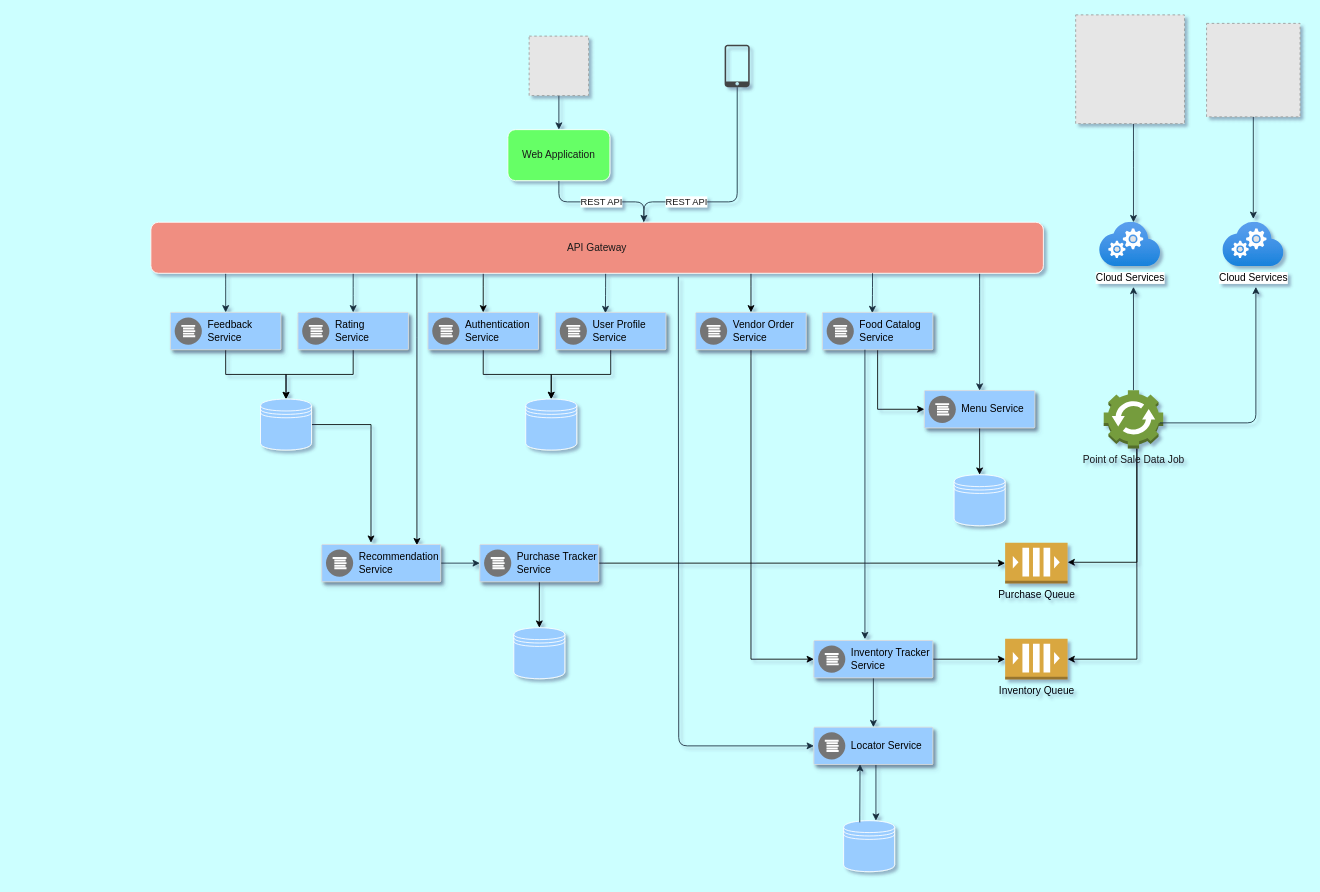
fridgebenefits/katas keeps this draw.io diagram as page "Topology 2" (3 of 3) of Interaction-Diagram.drawio. Above is the earlier version. Source tidied: cells renumbered, new cells numbered last; positions are measured from the earlier drawing's top-left corner, leaving out a move shared by most shapes. Both pictures are drawn from the tidied source at 85%, with x=0, y=0 at pixel (150, 14). Pictures stored in the file or linked from it are replaced by grey dashed boxes.
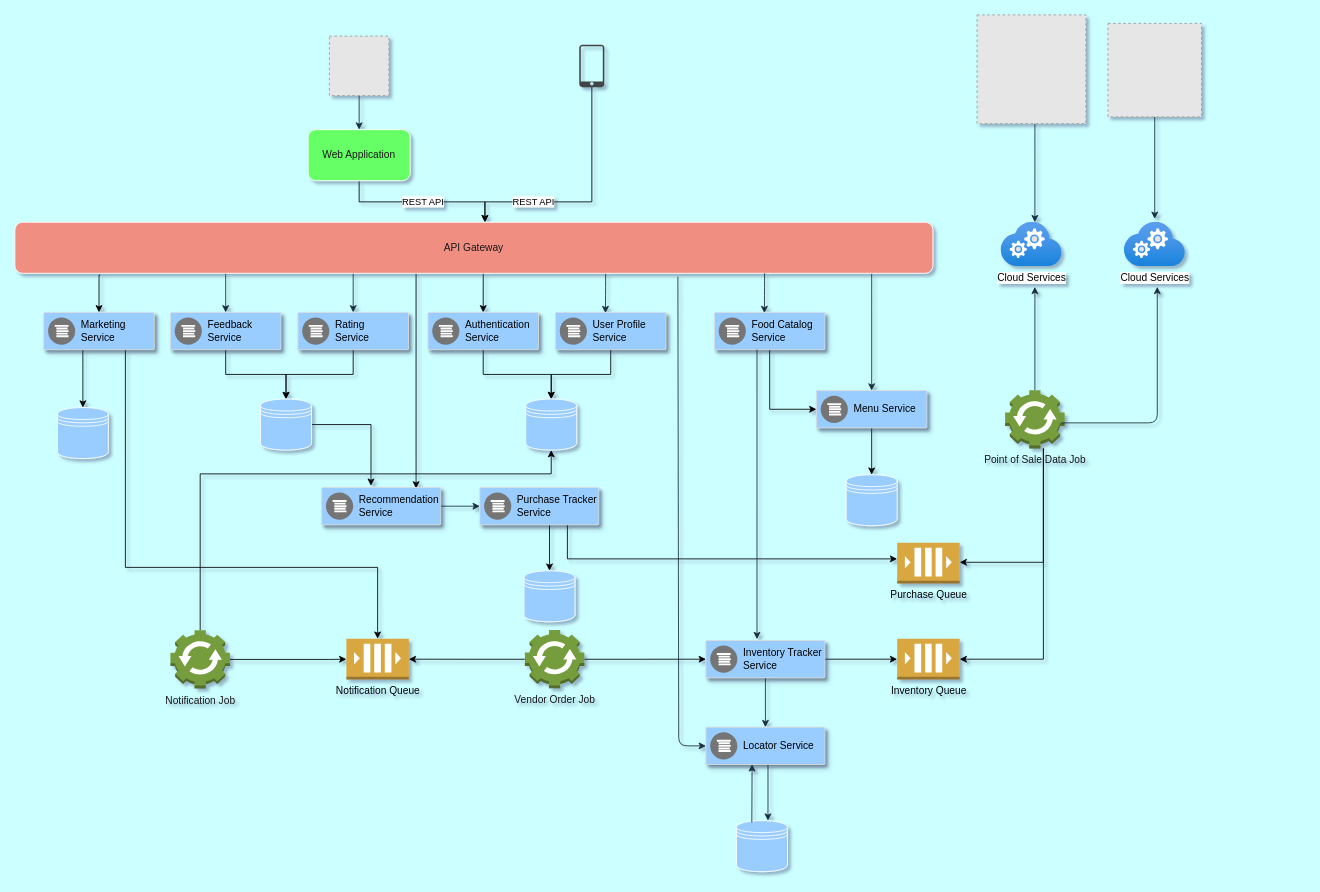
Above is the later version.

The change refers to these unchanged cells:
```xml
<mxCell id="44" style="shape=datastore;whiteSpace=wrap;html=1;rounded=0;strokeColor=#FFFFFF;fillColor=#99CCFF;fontColor=#1A1A1A;" parent="1" vertex="1">
  <mxGeometry x="441" y="452" width="60" height="60" as="geometry" />
</mxCell>
```

The edit, as a diff of the source:
```diff
@@
     <mxCell id="3" style="fillColor=#E6E6E6;strokeColor=#999999;dashed=1;html=1;verticalAlign=top;verticalLabelPosition=bottom;labelBackgroundColor=#ffffff;fontColor=#1A1A1A;" parent="1" vertex="1">
-      <mxGeometry x="445" y="25" width="70" height="70" as="geometry" />
+      <mxGeometry x="210" y="25" width="70" height="70" as="geometry" />
     </mxCell>
-    <mxCell id="4" value="REST API" style="edgeStyle=orthogonalEdgeStyle;curved=0;rounded=1;jettySize=auto;html=1;strokeColor=#182E3E;fontColor=#1A1A1A;entryX=0.553;entryY=-0.02;entryDx=0;entryDy=0;entryPerimeter=0;" parent="1" edge="1" source="5" target="15">
-      <mxGeometry x="0.44" relative="1" as="geometry">
+    <mxCell id="4" value="REST API" style="edgeStyle=orthogonalEdgeStyle;rounded=0;jettySize=auto;html=1;entryX=0.512;entryY=0;entryDx=0;entryDy=0;entryPerimeter=0;" parent="1" edge="1" source="5" target="15">
+      <mxGeometry x="0.43" relative="1" as="geometry">
         <Array as="points">
-          <mxPoint x="690" y="220" />
-          <mxPoint x="580" y="220" />
-          <mxPoint x="580" y="244" />
+          <mxPoint x="519" y="220" />
+          <mxPoint x="393" y="220" />
         </Array>
       </mxGeometry>
     </mxCell>
     <mxCell id="5" style="shadow=0;dashed=0;html=1;strokeColor=none;fillColor=#434445;labelPosition=center;verticalLabelPosition=bottom;verticalAlign=top;align=center;outlineConnect=0;shape=mxgraph.vvd.phone;rounded=0;fontColor=#1A1A1A;" parent="1" vertex="1">
-      <mxGeometry x="675" y="35" width="29.5" height="50" as="geometry" />
+      <mxGeometry x="504" y="35" width="29.5" height="50" as="geometry" />
     </mxCell>
-    <mxCell id="6" value="REST API" style="edgeStyle=orthogonalEdgeStyle;curved=0;rounded=1;jettySize=auto;html=1;strokeColor=#182E3E;fontColor=#1A1A1A;" parent="1" edge="1" source="7" target="15">
-      <mxGeometry relative="1" as="geometry">
-        <Array as="points">
-          <mxPoint x="480" y="220" />
-          <mxPoint x="580" y="220" />
-        </Array>
-      </mxGeometry>
-    </mxCell>
+    <mxCell id="74" value="REST API" style="edgeStyle=orthogonalEdgeStyle;rounded=0;orthogonalLoop=1;jettySize=auto;html=1;entryX=0.512;entryY=-0.017;entryDx=0;entryDy=0;entryPerimeter=0;" parent="1" edge="1">
+      <mxGeometry x="0.01" relative="1" as="geometry">
+        <mxPoint x="245" y="196" as="sourcePoint" />
+        <mxPoint x="393" y="244" as="targetPoint" />
+        <Array as="points">
+          <mxPoint x="245" y="220" />
+          <mxPoint x="393" y="220" />
+        </Array>
+      </mxGeometry>
+    </mxCell>
     <mxCell id="7" value="Web Application" style="rounded=1;whiteSpace=wrap;html=1;strokeColor=#FFFFFF;fontColor=#1A1A1A;fillColor=#66FF66;" parent="1" vertex="1">
-      <mxGeometry x="420" y="135" width="120" height="60" as="geometry" />
+      <mxGeometry x="185" y="135" width="120" height="60" as="geometry" />
     </mxCell>
@@
-    <mxCell id="9" style="edgeStyle=orthogonalEdgeStyle;curved=0;rounded=1;jettySize=auto;html=1;strokeColor=#182E3E;fontColor=#1A1A1A;entryX=0.5;entryY=0;entryDx=0;entryDy=0;" parent="1" edge="1" source="15" target="30">
+    <mxCell id="9" style="edgeStyle=orthogonalEdgeStyle;curved=0;rounded=1;jettySize=auto;html=1;strokeColor=#182E3E;fontColor=#1A1A1A;entryX=0.5;entryY=0;entryDx=0;entryDy=0;" parent="1" edge="1" target="30">
       <mxGeometry relative="1" as="geometry">
+        <mxPoint x="848" y="304" as="sourcePoint" />
         <Array as="points">
-          <mxPoint x="975" y="330" />
-          <mxPoint x="975" y="330" />
+          <mxPoint x="848" y="330" />
+          <mxPoint x="848" y="330" />
         </Array>
       </mxGeometry>
     </mxCell>
@@
-    <mxCell id="12" style="edgeStyle=orthogonalEdgeStyle;rounded=0;orthogonalLoop=1;jettySize=auto;html=1;" parent="1" edge="1">
-      <mxGeometry relative="1" as="geometry">
-        <mxPoint x="313" y="304" as="sourcePoint" />
-        <mxPoint x="313" y="624" as="targetPoint" />
-        <Array as="points">
-          <mxPoint x="313" y="380" />
-          <mxPoint x="313" y="380" />
-        </Array>
-      </mxGeometry>
-    </mxCell>
@@
-    <mxCell id="14" style="edgeStyle=orthogonalEdgeStyle;rounded=0;jettySize=auto;html=1;" parent="1" edge="1" source="15" target="72">
-      <mxGeometry relative="1" as="geometry">
-        <Array as="points">
-          <mxPoint x="706" y="320" />
-          <mxPoint x="706" y="320" />
-        </Array>
-      </mxGeometry>
-    </mxCell>
+    <mxCell id="75" style="edgeStyle=orthogonalEdgeStyle;rounded=0;jettySize=auto;html=1;entryX=0.793;entryY=0.027;entryDx=0;entryDy=0;entryPerimeter=0;" parent="1" edge="1" source="15" target="66">
+      <mxGeometry relative="1" as="geometry">
+        <Array as="points">
+          <mxPoint x="312" y="370" />
+          <mxPoint x="312" y="370" />
+        </Array>
+      </mxGeometry>
+    </mxCell>
+    <mxCell id="76" style="edgeStyle=orthogonalEdgeStyle;rounded=0;jettySize=auto;html=1;entryX=0.5;entryY=0;entryDx=0;entryDy=0;exitX=0.093;exitY=1.033;exitDx=0;exitDy=0;exitPerimeter=0;" parent="1" edge="1" source="15" target="79">
+      <mxGeometry relative="1" as="geometry">
+        <Array as="points">
+          <mxPoint x="-61" y="310" />
+          <mxPoint x="-61" y="310" />
+        </Array>
+      </mxGeometry>
+    </mxCell>
     <mxCell id="15" value="API Gateway" style="rounded=1;whiteSpace=wrap;html=1;strokeColor=#FFFFFF;fillColor=#F08E81;fontColor=#1A1A1A;" parent="1" vertex="1">
-      <mxGeometry y="244" width="1050" height="60" as="geometry" />
+      <mxGeometry x="-160" y="244" width="1080" height="60" as="geometry" />
     </mxCell>
@@
     <mxCell id="22" style="edgeStyle=orthogonalEdgeStyle;curved=0;rounded=1;jettySize=auto;html=1;strokeColor=#182E3E;fontColor=#1A1A1A;entryX=0.452;entryY=0.02;entryDx=0;entryDy=0;entryPerimeter=0;" parent="1" edge="1" target="24">
       <mxGeometry relative="1" as="geometry">
-        <mxPoint x="849" y="304" as="sourcePoint" />
+        <mxPoint x="722" y="304" as="sourcePoint" />
         <Array as="points">
-          <mxPoint x="849" y="320" />
-          <mxPoint x="849" y="320" />
+          <mxPoint x="722" y="320" />
+          <mxPoint x="722" y="320" />
         </Array>
       </mxGeometry>
     </mxCell>
@@
     <mxCell id="24" style="strokeColor=#dddddd;shadow=1;strokeWidth=1;rounded=1;absoluteArcSize=1;arcSize=2;fontColor=#1A1A1A;fillColor=#99CCFF;" parent="1" vertex="1">
-      <mxGeometry x="790" y="350" width="130" height="44" as="geometry" />
+      <mxGeometry x="663" y="350" width="130" height="44" as="geometry" />
     </mxCell>
@@
     <mxCell id="26" style="edgeStyle=orthogonalEdgeStyle;curved=0;rounded=1;jettySize=auto;html=1;strokeColor=#182E3E;fontColor=#1A1A1A;" parent="1" edge="1" source="27" target="28">
       <mxGeometry relative="1" as="geometry">
         <Array as="points">
-          <mxPoint x="1156" y="170" />
-          <mxPoint x="1156" y="170" />
+          <mxPoint x="1040" y="170" />
+          <mxPoint x="1040" y="170" />
         </Array>
       </mxGeometry>
     </mxCell>
     <mxCell id="27" style="fillColor=#E6E6E6;strokeColor=#999999;dashed=1;html=1;verticalAlign=top;verticalLabelPosition=bottom;labelBackgroundColor=#ffffff;fontColor=#1A1A1A;" parent="1" vertex="1">
-      <mxGeometry x="1088" width="128" height="128" as="geometry" />
+      <mxGeometry x="972" width="128" height="128" as="geometry" />
     </mxCell>
     <mxCell id="28" value="Cloud Services" style="html=1;points=[];align=center;image;fontSize=12;image=img/lib/azure2/compute/Cloud_Services_Classic.svg;rounded=0;strokeColor=#FFFFFF;fillColor=#99CCFF;" parent="1" vertex="1">
-      <mxGeometry x="1116" y="244" width="72" height="52" as="geometry" />
+      <mxGeometry x="1000" y="244" width="72" height="52" as="geometry" />
     </mxCell>
@@
     <mxCell id="30" style="strokeColor=#dddddd;shadow=1;strokeWidth=1;rounded=1;absoluteArcSize=1;arcSize=2;fontColor=#1A1A1A;fillColor=#99CCFF;" parent="1" vertex="1">
-      <mxGeometry x="910" y="442" width="130" height="44" as="geometry" />
+      <mxGeometry x="783" y="442" width="130" height="44" as="geometry" />
     </mxCell>
@@
     <mxCell id="32" style="fillColor=#E6E6E6;strokeColor=#999999;dashed=1;html=1;verticalAlign=top;verticalLabelPosition=bottom;labelBackgroundColor=#ffffff;fontColor=#1A1A1A;" parent="1" vertex="1">
-      <mxGeometry x="1242" y="10" width="110" height="110" as="geometry" />
+      <mxGeometry x="1126" y="10" width="110" height="110" as="geometry" />
     </mxCell>
     <mxCell id="33" value="Cloud Services" style="html=1;align=center;image;fontSize=12;image=img/lib/azure2/compute/Cloud_Services_Classic.svg;rounded=0;strokeColor=#FFFFFF;fillColor=#99CCFF;" parent="1" vertex="1">
-      <mxGeometry x="1261" y="244" width="72" height="52" as="geometry" />
+      <mxGeometry x="1145" y="244" width="72" height="52" as="geometry" />
     </mxCell>
     <mxCell id="34" style="endArrow=classic;html=1;strokeColor=#182E3E;fontColor=#1A1A1A;exitX=0.5;exitY=1;exitDx=0;exitDy=0;" parent="1" edge="1">
       <mxGeometry relative="1" as="geometry">
-        <mxPoint x="1297" y="120" as="sourcePoint" />
-        <mxPoint x="1297" y="240" as="targetPoint" />
+        <mxPoint x="1181" y="120" as="sourcePoint" />
+        <mxPoint x="1181" y="240" as="targetPoint" />
       </mxGeometry>
     </mxCell>
     <mxCell id="35" style="edgeStyle=orthogonalEdgeStyle;rounded=0;jettySize=auto;html=1;entryX=1;entryY=0.5;entryDx=0;entryDy=0;entryPerimeter=0;" parent="1" edge="1" source="37" target="68">
       <mxGeometry relative="1" as="geometry">
         <Array as="points">
-          <mxPoint x="1160" y="758" />
+          <mxPoint x="1050" y="758" />
         </Array>
       </mxGeometry>
     </mxCell>
     <mxCell id="36" style="edgeStyle=orthogonalEdgeStyle;rounded=0;jettySize=auto;html=1;" parent="1" edge="1" source="37" target="69">
       <mxGeometry relative="1" as="geometry">
         <Array as="points">
-          <mxPoint x="1160" y="644" />
+          <mxPoint x="1050" y="644" />
         </Array>
       </mxGeometry>
     </mxCell>
     <mxCell id="37" value="Point of Sale Data Job" style="outlineConnect=0;dashed=0;verticalLabelPosition=bottom;verticalAlign=top;align=center;html=1;shape=mxgraph.aws3.automation;fillColor=#759C3E;gradientColor=none;rounded=0;strokeColor=#FFFFFF;fontColor=#1A1A1A;" parent="1" vertex="1">
-      <mxGeometry x="1121" y="441.5" width="70" height="68.5" as="geometry" />
+      <mxGeometry x="1005" y="441.5" width="70" height="68.5" as="geometry" />
     </mxCell>
     <mxCell id="38" style="endArrow=classic;html=1;strokeColor=#182E3E;fontColor=#1A1A1A;" parent="1" edge="1">
       <mxGeometry relative="1" as="geometry">
-        <mxPoint x="1187" y="480" as="sourcePoint" />
-        <mxPoint x="1300" y="320" as="targetPoint" />
+        <mxPoint x="1071" y="480" as="sourcePoint" />
+        <mxPoint x="1184" y="320" as="targetPoint" />
         <Array as="points">
-          <mxPoint x="1300" y="480" />
+          <mxPoint x="1184" y="480" />
         </Array>
       </mxGeometry>
     </mxCell>
     <mxCell id="39" style="shape=datastore;whiteSpace=wrap;html=1;rounded=0;strokeColor=#FFFFFF;fillColor=#99CCFF;fontColor=#1A1A1A;" parent="1" vertex="1">
-      <mxGeometry x="945" y="541" width="60" height="60" as="geometry" />
+      <mxGeometry x="818" y="541" width="60" height="60" as="geometry" />
     </mxCell>
@@
     <mxCell id="42" style="strokeColor=#dddddd;shadow=1;strokeWidth=1;rounded=1;absoluteArcSize=1;arcSize=2;fontColor=#1A1A1A;fillColor=#99CCFF;" parent="1" vertex="1">
-      <mxGeometry x="780" y="736" width="140" height="44" as="geometry" />
+      <mxGeometry x="653" y="736" width="140" height="44" as="geometry" />
     </mxCell>
@@
     <mxCell id="45" style="endArrow=classic;html=1;strokeColor=#182E3E;fontColor=#1A1A1A;exitX=0.5;exitY=0;exitDx=0;exitDy=0;exitPerimeter=0;" parent="1" edge="1" source="37">
       <mxGeometry relative="1" as="geometry">
-        <mxPoint x="1156" y="320" as="targetPoint" />
+        <mxPoint x="1040" y="320" as="targetPoint" />
       </mxGeometry>
     </mxCell>
     <mxCell id="46" style="edgeStyle=orthogonalEdgeStyle;curved=0;rounded=1;orthogonalLoop=1;jettySize=auto;html=1;strokeColor=#182E3E;fontColor=#1A1A1A;" parent="1" edge="1">
       <mxGeometry relative="1" as="geometry">
-        <mxPoint x="853" y="882" as="sourcePoint" />
-        <mxPoint x="853" y="948" as="targetPoint" />
+        <mxPoint x="726" y="882" as="sourcePoint" />
+        <mxPoint x="726" y="948" as="targetPoint" />
       </mxGeometry>
     </mxCell>
     <mxCell id="47" style="strokeColor=#dddddd;shadow=1;strokeWidth=1;rounded=1;absoluteArcSize=1;arcSize=2;fontColor=#1A1A1A;fillColor=#99CCFF;" parent="1" vertex="1">
-      <mxGeometry x="780" y="838" width="140" height="44" as="geometry" />
+      <mxGeometry x="653" y="838" width="140" height="44" as="geometry" />
     </mxCell>
@@
     <mxCell id="49" style="shape=datastore;whiteSpace=wrap;html=1;rounded=0;strokeColor=#FFFFFF;fillColor=#99CCFF;fontColor=#1A1A1A;" parent="1" vertex="1">
-      <mxGeometry x="815" y="948" width="60" height="60" as="geometry" />
+      <mxGeometry x="689" y="948" width="60" height="60" as="geometry" />
     </mxCell>
-    <mxCell id="50" style="endArrow=classic;html=1;strokeColor=#182E3E;fontColor=#1A1A1A;entryX=0;entryY=0.5;entryDx=0;entryDy=0;exitX=0.591;exitY=1.067;exitDx=0;exitDy=0;exitPerimeter=0;" parent="1" edge="1" source="15" target="47">
+    <mxCell id="50" style="endArrow=classic;html=1;strokeColor=#182E3E;fontColor=#1A1A1A;entryX=0;entryY=0.5;entryDx=0;entryDy=0;" parent="1" edge="1" target="47">
       <mxGeometry relative="1" as="geometry">
+        <mxPoint x="620" y="308" as="sourcePoint" />
         <Array as="points">
           <mxPoint x="621" y="860" />
         </Array>
       </mxGeometry>
     </mxCell>
     <mxCell id="51" style="endArrow=classic;html=1;strokeColor=#182E3E;fontColor=#1A1A1A;entryX=0.388;entryY=0.991;entryDx=0;entryDy=0;entryPerimeter=0;" parent="1" edge="1" target="47">
       <mxGeometry relative="1" as="geometry">
-        <mxPoint x="834" y="950" as="sourcePoint" />
+        <mxPoint x="707" y="950" as="sourcePoint" />
       </mxGeometry>
     </mxCell>
@@
     <mxCell id="58" style="edgeStyle=orthogonalEdgeStyle;rounded=0;jettySize=auto;html=1;" parent="1" edge="1" source="60" target="69">
-      <mxGeometry relative="1" as="geometry" />
+      <mxGeometry relative="1" as="geometry">
+        <Array as="points">
+          <mxPoint x="490" y="640" />
+        </Array>
+      </mxGeometry>
     </mxCell>
     <mxCell id="59" style="edgeStyle=orthogonalEdgeStyle;rounded=0;jettySize=auto;html=1;" parent="1" edge="1" source="60" target="70">
-      <mxGeometry relative="1" as="geometry" />
+      <mxGeometry relative="1" as="geometry">
+        <Array as="points">
+          <mxPoint x="469" y="620" />
+          <mxPoint x="469" y="620" />
+        </Array>
+      </mxGeometry>
     </mxCell>
     <mxCell id="60" style="strokeColor=#dddddd;shadow=1;strokeWidth=1;rounded=1;absoluteArcSize=1;arcSize=2;fontColor=#1A1A1A;fillColor=#99CCFF;" parent="1" vertex="1">
-      <mxGeometry x="387" y="623" width="140" height="44" as="geometry" />
+      <mxGeometry x="387" y="556" width="140" height="44" as="geometry" />
     </mxCell>
@@
     <mxCell id="66" style="strokeColor=#dddddd;shadow=1;strokeWidth=1;rounded=1;absoluteArcSize=1;arcSize=2;fontColor=#1A1A1A;fillColor=#99CCFF;" parent="1" vertex="1">
-      <mxGeometry x="201" y="623" width="140" height="44" as="geometry" />
+      <mxGeometry x="201" y="556" width="140" height="44" as="geometry" />
     </mxCell>
@@
     <mxCell id="68" value="Inventory Queue" style="outlineConnect=0;dashed=0;verticalLabelPosition=bottom;verticalAlign=top;align=center;html=1;shape=mxgraph.aws3.queue;fillColor=#D9A741;gradientColor=none;" parent="1" vertex="1">
-      <mxGeometry x="1005" y="734" width="73.5" height="48" as="geometry" />
+      <mxGeometry x="878" y="734" width="73.5" height="48" as="geometry" />
     </mxCell>
     <mxCell id="69" value="Purchase Queue" style="outlineConnect=0;dashed=0;verticalLabelPosition=bottom;verticalAlign=top;align=center;html=1;shape=mxgraph.aws3.queue;fillColor=#D9A741;gradientColor=none;" parent="1" vertex="1">
-      <mxGeometry x="1005" y="621" width="73.5" height="48" as="geometry" />
+      <mxGeometry x="878" y="621" width="73.5" height="48" as="geometry" />
     </mxCell>
     <mxCell id="70" style="shape=datastore;whiteSpace=wrap;html=1;rounded=0;strokeColor=#FFFFFF;fillColor=#99CCFF;fontColor=#1A1A1A;" parent="1" vertex="1">
-      <mxGeometry x="427" y="721" width="60" height="60" as="geometry" />
+      <mxGeometry x="439" y="654" width="60" height="60" as="geometry" />
     </mxCell>
-    <mxCell id="71" style="edgeStyle=orthogonalEdgeStyle;rounded=0;jettySize=auto;html=1;entryX=0;entryY=0.5;entryDx=0;entryDy=0;" parent="1" edge="1" source="72" target="42">
-      <mxGeometry relative="1" as="geometry">
-        <Array as="points">
-          <mxPoint x="706" y="758" />
-        </Array>
-      </mxGeometry>
-    </mxCell>
-    <mxCell id="72" style="strokeColor=#dddddd;shadow=1;strokeWidth=1;rounded=1;absoluteArcSize=1;arcSize=2;fontColor=#1A1A1A;fillColor=#99CCFF;" parent="1" vertex="1">
-      <mxGeometry x="641" y="350" width="130" height="44" as="geometry" />
-    </mxCell>
-    <mxCell id="73" value="Vendor Order&lt;br&gt;Service" style="dashed=0;html=1;fillColor=#757575;strokeColor=none;shape=mxgraph.gcp2.logs_api;labelPosition=right;verticalLabelPosition=middle;align=left;verticalAlign=middle;spacingLeft=5;fontSize=12;" parent="72" vertex="1">
-      <mxGeometry y="0.5" width="32" height="32" relative="1" as="geometry">
-        <mxPoint x="5" y="-16" as="offset" />
-      </mxGeometry>
-    </mxCell>
+    <mxCell id="77" style="edgeStyle=orthogonalEdgeStyle;rounded=0;jettySize=auto;html=1;entryX=0.5;entryY=0;entryDx=0;entryDy=0;entryPerimeter=0;" parent="1" edge="1" source="79" target="81">
+      <mxGeometry relative="1" as="geometry">
+        <Array as="points">
+          <mxPoint x="-30" y="650" />
+          <mxPoint x="267" y="650" />
+        </Array>
+      </mxGeometry>
+    </mxCell>
+    <mxCell id="78" style="edgeStyle=orthogonalEdgeStyle;rounded=0;jettySize=auto;html=1;" parent="1" edge="1" source="79" target="82">
+      <mxGeometry relative="1" as="geometry">
+        <Array as="points">
+          <mxPoint x="-80" y="410" />
+          <mxPoint x="-80" y="410" />
+        </Array>
+      </mxGeometry>
+    </mxCell>
+    <mxCell id="79" style="strokeColor=#dddddd;shadow=1;strokeWidth=1;rounded=1;absoluteArcSize=1;arcSize=2;fontColor=#1A1A1A;fillColor=#99CCFF;" parent="1" vertex="1">
+      <mxGeometry x="-126" y="350" width="130" height="44" as="geometry" />
+    </mxCell>
+    <mxCell id="80" value="Marketing&lt;br&gt;Service" style="dashed=0;html=1;fillColor=#757575;strokeColor=none;shape=mxgraph.gcp2.logs_api;labelPosition=right;verticalLabelPosition=middle;align=left;verticalAlign=middle;spacingLeft=5;fontSize=12;" parent="79" vertex="1">
+      <mxGeometry y="0.5" width="32" height="32" relative="1" as="geometry">
+        <mxPoint x="5" y="-16" as="offset" />
+      </mxGeometry>
+    </mxCell>
+    <mxCell id="81" value="Notification Queue" style="outlineConnect=0;dashed=0;verticalLabelPosition=bottom;verticalAlign=top;align=center;html=1;shape=mxgraph.aws3.queue;fillColor=#D9A741;gradientColor=none;" parent="1" vertex="1">
+      <mxGeometry x="230" y="734" width="73.5" height="48" as="geometry" />
+    </mxCell>
+    <mxCell id="82" style="shape=datastore;whiteSpace=wrap;html=1;rounded=0;strokeColor=#FFFFFF;fillColor=#99CCFF;fontColor=#1A1A1A;" parent="1" vertex="1">
+      <mxGeometry x="-110" y="462" width="60" height="60" as="geometry" />
+    </mxCell>
+    <mxCell id="83" style="edgeStyle=orthogonalEdgeStyle;rounded=0;jettySize=auto;html=1;entryX=0;entryY=0.5;entryDx=0;entryDy=0;entryPerimeter=0;" parent="1" edge="1" source="85" target="81">
+      <mxGeometry relative="1" as="geometry">
+        <Array as="points">
+          <mxPoint x="210" y="758" />
+          <mxPoint x="210" y="758" />
+        </Array>
+      </mxGeometry>
+    </mxCell>
+    <mxCell id="84" style="edgeStyle=orthogonalEdgeStyle;rounded=0;jettySize=auto;html=1;entryX=0.5;entryY=1;entryDx=0;entryDy=0;" parent="1" edge="1" source="85" target="44">
+      <mxGeometry relative="1" as="geometry">
+        <Array as="points">
+          <mxPoint x="58" y="540" />
+          <mxPoint x="471" y="540" />
+        </Array>
+      </mxGeometry>
+    </mxCell>
+    <mxCell id="85" value="Notification Job" style="outlineConnect=0;dashed=0;verticalLabelPosition=bottom;verticalAlign=top;align=center;html=1;shape=mxgraph.aws3.automation;fillColor=#759C3E;gradientColor=none;rounded=0;strokeColor=#FFFFFF;fontColor=#1A1A1A;" parent="1" vertex="1">
+      <mxGeometry x="23" y="724" width="70" height="68.5" as="geometry" />
+    </mxCell>
+    <mxCell id="86" style="edgeStyle=orthogonalEdgeStyle;rounded=0;jettySize=auto;html=1;entryX=0;entryY=0.5;entryDx=0;entryDy=0;" parent="1" edge="1" source="88" target="42">
+      <mxGeometry relative="1" as="geometry" />
+    </mxCell>
+    <mxCell id="87" style="edgeStyle=orthogonalEdgeStyle;rounded=0;jettySize=auto;html=1;entryX=1;entryY=0.5;entryDx=0;entryDy=0;entryPerimeter=0;" parent="1" edge="1" source="88" target="81">
+      <mxGeometry relative="1" as="geometry" />
+    </mxCell>
+    <mxCell id="88" value="Vendor Order Job" style="outlineConnect=0;dashed=0;verticalLabelPosition=bottom;verticalAlign=top;align=center;html=1;shape=mxgraph.aws3.automation;fillColor=#759C3E;gradientColor=none;rounded=0;strokeColor=#FFFFFF;fontColor=#1A1A1A;" parent="1" vertex="1">
+      <mxGeometry x="440" y="723.8" width="70" height="68.5" as="geometry" />
+    </mxCell>
```
